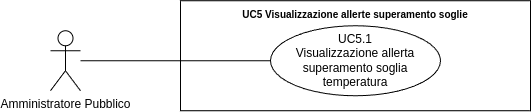
This is src/3_PB/AnalisiDeiRequisiti/assets/UML/UC5.1_Visualizzazione-allerte-superamento-soglia-temperatura.png from SWATEngineering/Docs, a draw.io export, as it was before one commit. Source tidied: cells renumbered, new cells last; positions are measured from the earlier drawing's top-left corner, leaving out a move shared by most shapes.
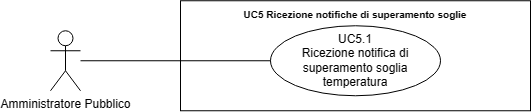
After the commit.

The edit, as a diff of the source:
```diff
@@ -5,10 +5,10 @@
     <mxCell id="2" value="Amministratore Pubblico" style="shape=umlActor;verticalLabelPosition=bottom;verticalAlign=top;html=1;outlineConnect=0;" parent="1" vertex="1">
       <mxGeometry y="30.2" width="30" height="60" as="geometry" />
     </mxCell>
-    <mxCell id="3" value="&lt;b style=&quot;border-color: var(--border-color);&quot;&gt;&lt;font style=&quot;font-size: 10px;&quot;&gt;UC5 Visualizzazione allerte superamento soglie&lt;/font&gt;&lt;/b&gt;" style="shape=rect;html=1;verticalAlign=top;fontStyle=1;whiteSpace=wrap;align=center;" parent="1" vertex="1">
+    <mxCell id="3" value="&lt;b style=&quot;border-color: var(--border-color);&quot;&gt;&lt;font style=&quot;font-size: 10px;&quot;&gt;UC5 Ricezione notifiche di superamento soglie&lt;/font&gt;&lt;/b&gt;" style="shape=rect;html=1;verticalAlign=top;fontStyle=1;whiteSpace=wrap;align=center;" parent="1" vertex="1">
       <mxGeometry x="130" y="0.2" width="350" height="110" as="geometry" />
     </mxCell>
-    <mxCell id="4" value="UC5.1&lt;br&gt;Visualizzazione allerta superamento soglia temperatura" style="ellipse;whiteSpace=wrap;html=1;" parent="1" vertex="1">
+    <mxCell id="4" value="UC5.1&lt;br&gt;Ricezione notifica di superamento soglia temperatura" style="ellipse;whiteSpace=wrap;html=1;" parent="1" vertex="1">
       <mxGeometry x="220" y="25.2" width="170" height="70" as="geometry" />
     </mxCell>
     <mxCell id="5" style="edgeStyle=none;html=1;endArrow=none;verticalAlign=bottom;rounded=0;" parent="1" edge="1" source="2" target="4">
```
